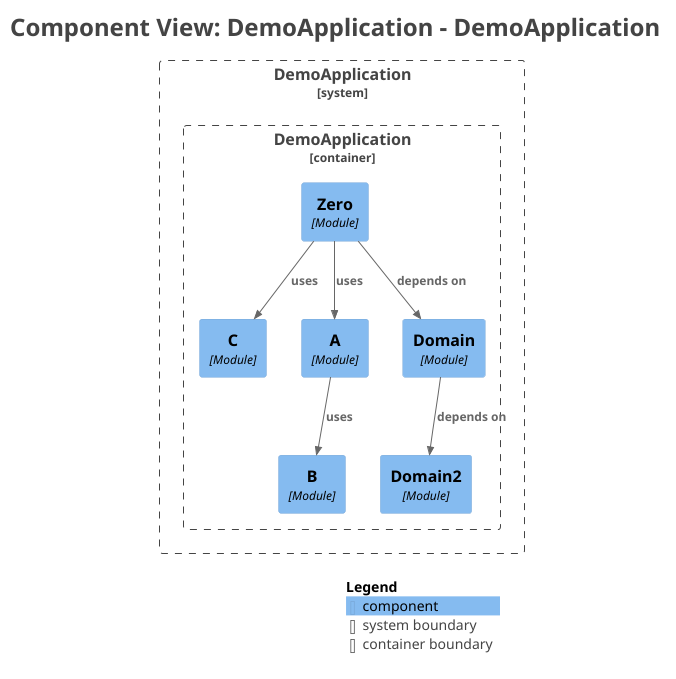
Earlier version of the PlantUML export spring_boot_modulith/images/c4-components-complete.png (zlyne0/exercises).
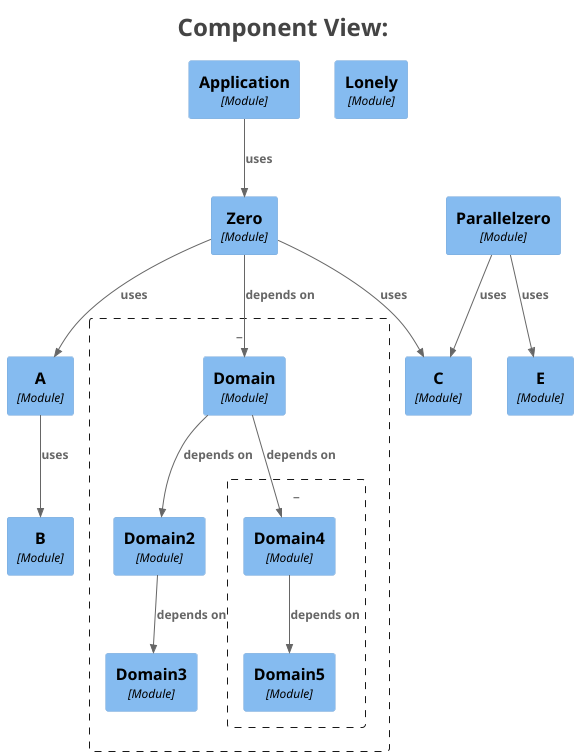
The same diagram one commit later.

Diff of the diagram source:
```diff
@@ -1,5 +1,5 @@
 @startuml
-title <size:24>Component View: DemoApplication - DemoApplication</size>
+title <size:24>Component View:</size>
 
 set separator none
 top to bottom direction
@@ -15,24 +15,35 @@
 !include <C4/C4_Context>
 !include <C4/C4_Component>
 
-System_Boundary("DemoApplication_boundary", "DemoApplication", $tags="") {
-  Container_Boundary("DemoApplication.DemoApplication_boundary", "DemoApplication", $tags="") {
-    Component(DemoApplication.DemoApplication.B, "B", $techn="Module", $descr="", $tags="", $link="")
-    Component(DemoApplication.DemoApplication.C, "C", $techn="Module", $descr="", $tags="", $link="")
-    Component(DemoApplication.DemoApplication.Domain2, "Domain2", $techn="Module", $descr="", $tags="", $link="")
-    Component(DemoApplication.DemoApplication.A, "A", $techn="Module", $descr="", $tags="", $link="")
-    Component(DemoApplication.DemoApplication.Domain, "Domain", $techn="Module", $descr="", $tags="", $link="")
-    Component(DemoApplication.DemoApplication.Zero, "Zero", $techn="Module", $descr="", $tags="", $link="")
+Component(1.2.B, "B", $techn="Module", $descr="", $tags="", $link="")
+Component(1.2.C, "C", $techn="Module", $descr="", $tags="", $link="")
+Component(1.2.E, "E", $techn="Module", $descr="", $tags="", $link="")
+Component(1.2.Lonely, "Lonely", $techn="Module", $descr="", $tags="", $link="")
+Component(1.2.A, "A", $techn="Module", $descr="", $tags="", $link="")
+Component(1.2.Parallelzero, "Parallelzero", $techn="Module", $descr="", $tags="", $link="")
+rectangle "_" as "1.2.Domain_submodules" #line.dashed {
+  Component(1.2.Domain, "Domain", $techn="Module", $descr="", $tags="", $link="")
+  Component(1.2.Domain2, "Domain2", $techn="Module", $descr="", $tags="", $link="")
+  Component(1.2.Domain3, "Domain3", $techn="Module", $descr="", $tags="", $link="")
+  rectangle "_" as "1.2.Domain4_submodules" #line.dashed {
+    Component(1.2.Domain4, "Domain4", $techn="Module", $descr="", $tags="", $link="")
+    Component(1.2.Domain5, "Domain5", $techn="Module", $descr="", $tags="", $link="")
   }
+}
+Component(1.2.Zero, "Zero", $techn="Module", $descr="", $tags="", $link="")
+Component(1.2.Application, "Application", $techn="Module", $descr="", $tags="", $link="")
 
-}
+Rel(1.2.A, 1.2.B, "uses", $techn="", $tags="", $link="")
+Rel(1.2.Domain2, 1.2.Domain3, "depends on", $techn="", $tags="", $link="")
+Rel(1.2.Domain4, 1.2.Domain5, "depends on", $techn="", $tags="", $link="")
+Rel(1.2.Parallelzero, 1.2.E, "uses", $techn="", $tags="", $link="")
+Rel(1.2.Parallelzero, 1.2.C, "uses", $techn="", $tags="", $link="")
+Rel(1.2.Domain, 1.2.Domain4, "depends on", $techn="", $tags="", $link="")
+Rel(1.2.Domain, 1.2.Domain2, "depends on", $techn="", $tags="", $link="")
+Rel(1.2.Zero, 1.2.A, "uses", $techn="", $tags="", $link="")
+Rel(1.2.Zero, 1.2.C, "uses", $techn="", $tags="", $link="")
+Rel(1.2.Zero, 1.2.Domain, "depends on", $techn="", $tags="", $link="")
+Rel(1.2.Application, 1.2.Zero, "uses", $techn="", $tags="", $link="")
 
-Rel(DemoApplication.DemoApplication.Domain, DemoApplication.DemoApplication.Domain2, "depends on", $techn="", $tags="", $link="")
-Rel(DemoApplication.DemoApplication.Zero, DemoApplication.DemoApplication.A, "uses", $techn="", $tags="", $link="")
-Rel(DemoApplication.DemoApplication.Zero, DemoApplication.DemoApplication.C, "uses", $techn="", $tags="", $link="")
-Rel(DemoApplication.DemoApplication.Zero, DemoApplication.DemoApplication.Domain, "depends on", $techn="", $tags="", $link="")
-Rel(DemoApplication.DemoApplication.A, DemoApplication.DemoApplication.B, "uses", $techn="", $tags="", $link="")
-
-SHOW_LEGEND(true)
 hide stereotypes
 @enduml
```
